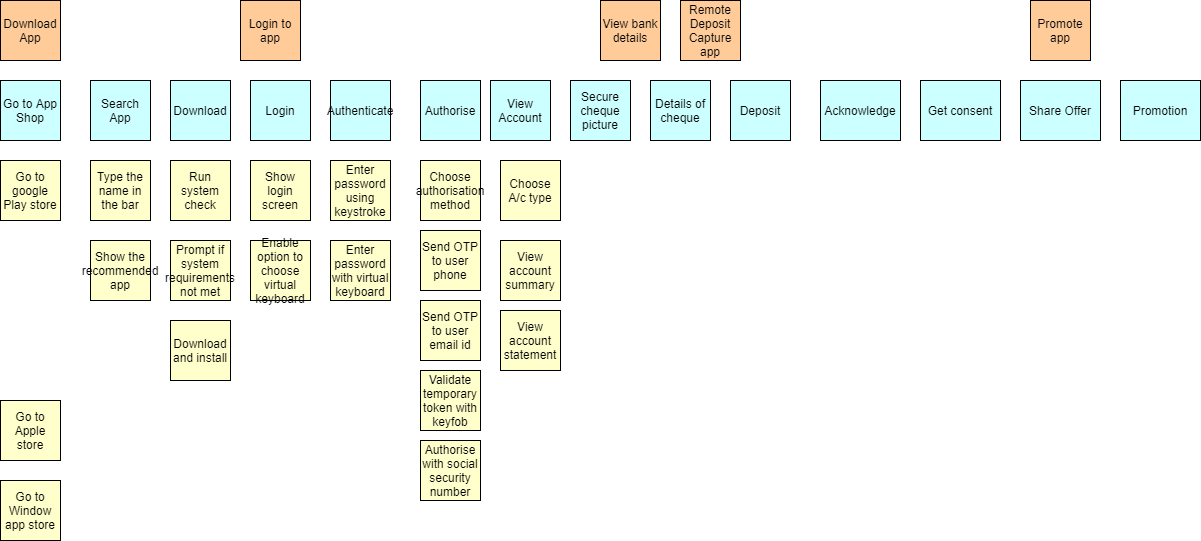
Earlier version of the draw.io export StoryMap.png (sghatak215/shrikanya1). Source tidied: cells renumbered, new cells last; positions are measured from the earlier drawing's top-left corner, leaving out a move shared by most shapes.
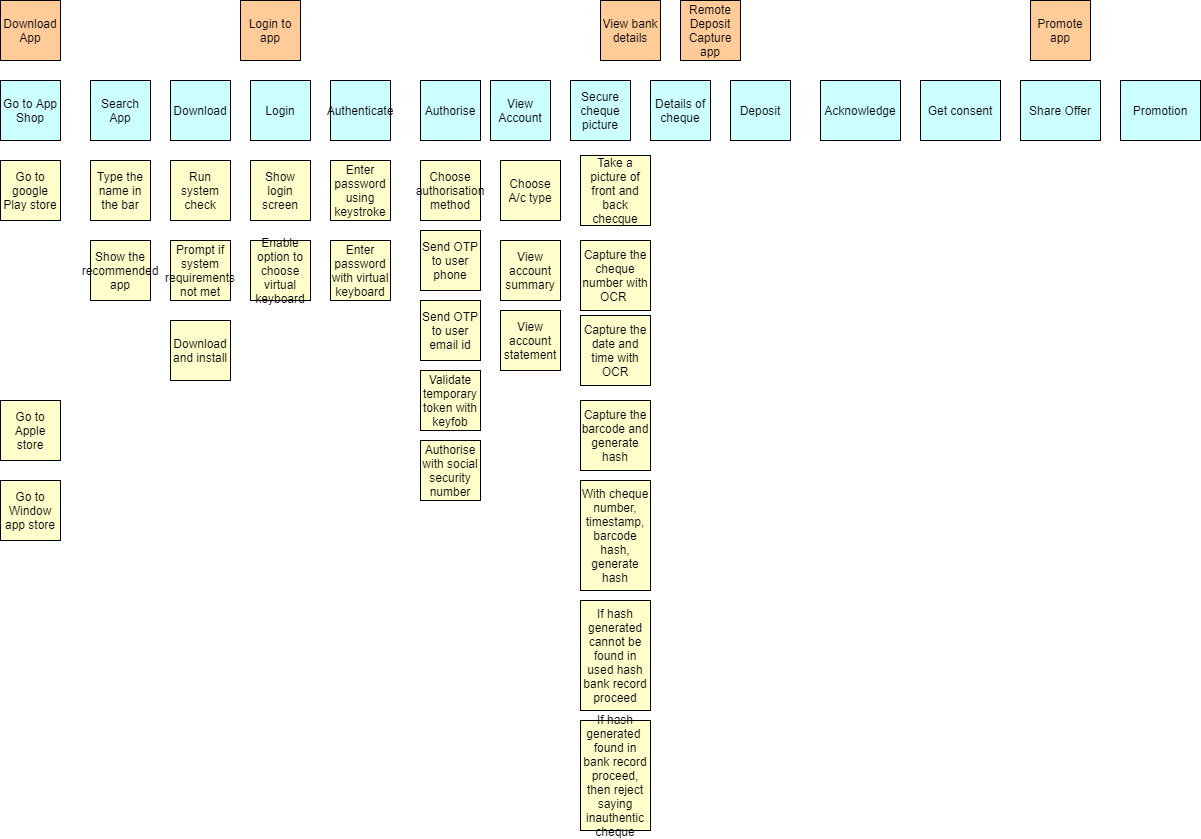
The same diagram one commit later.

Diff of the diagram source:
```diff
@@ -119,5 +119,26 @@
     <mxCell id="40" value="View account statement" style="whiteSpace=wrap;html=1;fillColor=#FFFFCC;" parent="1" vertex="1">
       <mxGeometry x="500" y="310" width="60" height="60" as="geometry" />
     </mxCell>
+    <mxCell id="41" value="Capture the cheque number with OCR&amp;nbsp;" style="whiteSpace=wrap;html=1;fillColor=#FFFFCC;" parent="1" vertex="1">
+      <mxGeometry x="580" y="240" width="70" height="70" as="geometry" />
+    </mxCell>
+    <mxCell id="42" value="Capture the date and time with OCR" style="whiteSpace=wrap;html=1;fillColor=#FFFFCC;" parent="1" vertex="1">
+      <mxGeometry x="580" y="315" width="70" height="70" as="geometry" />
+    </mxCell>
+    <mxCell id="43" value="Capture the barcode and generate hash&lt;br&gt;" style="whiteSpace=wrap;html=1;fillColor=#FFFFCC;" parent="1" vertex="1">
+      <mxGeometry x="580" y="400" width="70" height="70" as="geometry" />
+    </mxCell>
+    <mxCell id="44" value="With cheque number, timestamp, barcode hash, generate hash&lt;br&gt;" style="whiteSpace=wrap;html=1;fillColor=#FFFFCC;" parent="1" vertex="1">
+      <mxGeometry x="580" y="480" width="70" height="110" as="geometry" />
+    </mxCell>
+    <mxCell id="45" value="If hash generated cannot be found in used hash bank record proceed" style="whiteSpace=wrap;html=1;fillColor=#FFFFCC;" parent="1" vertex="1">
+      <mxGeometry x="580" y="600" width="70" height="110" as="geometry" />
+    </mxCell>
+    <mxCell id="46" value="If hash generated&amp;nbsp; found in bank record proceed, then reject saying inauthentic cheque" style="whiteSpace=wrap;html=1;fillColor=#FFFFCC;" parent="1" vertex="1">
+      <mxGeometry x="580" y="720" width="70" height="110" as="geometry" />
+    </mxCell>
+    <mxCell id="47" value="Take a picture of front and back checque" style="whiteSpace=wrap;html=1;fillColor=#FFFFCC;" parent="1" vertex="1">
+      <mxGeometry x="580" y="155" width="70" height="70" as="geometry" />
+    </mxCell>
   </root>
 </mxGraphModel>
```
